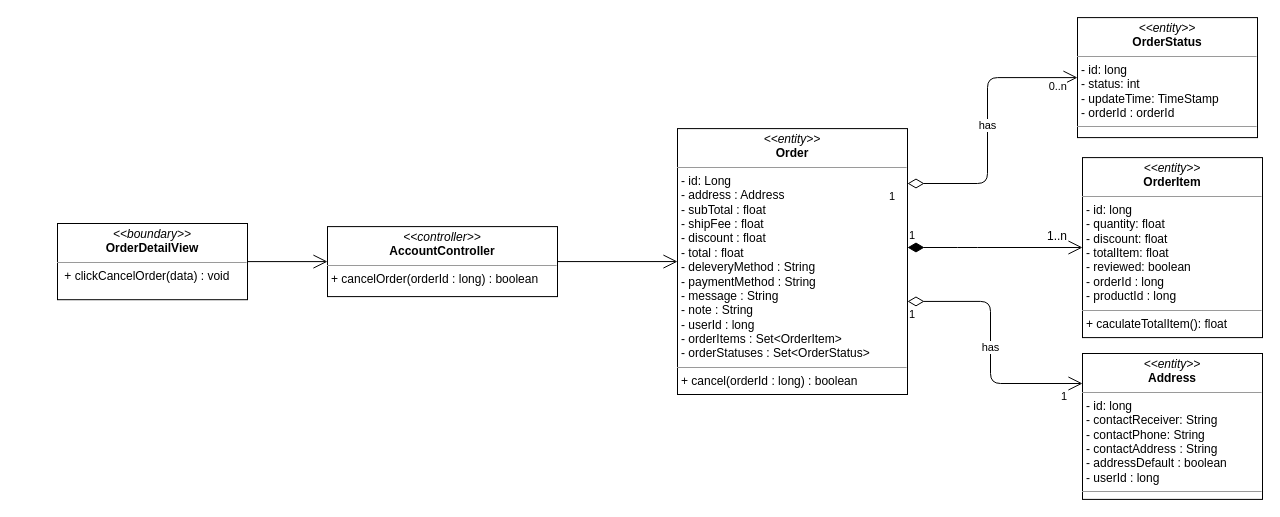
nguyenphamvan/datn_20202 keeps this draw.io diagram as class diagram/cancel-order-class-diagram.drawio. Above is the earlier version. Source tidied: cells renumbered, new cells numbered last; positions are measured from the earlier drawing's top-left corner, leaving out a move shared by most shapes. Both pictures are drawn from the tidied source at 100%, with x=0, y=0 at pixel (57, 17).
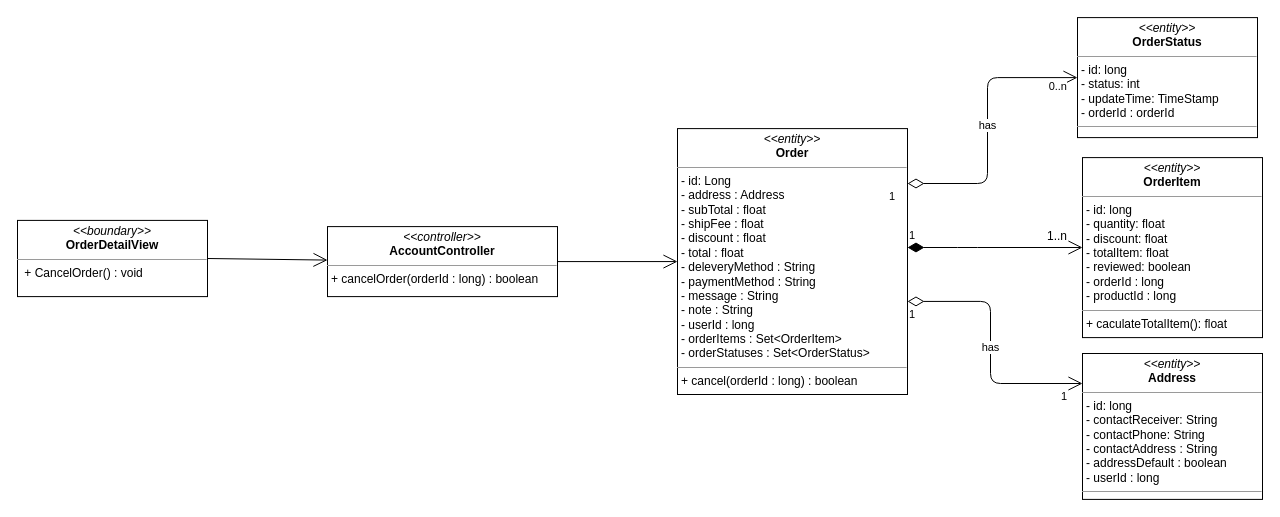
The same page after the edit.

The edit, as a diff of the source:
```diff
@@
-    <mxCell id="2" value="&lt;p style=&quot;margin: 0px ; margin-top: 4px ; text-align: center&quot;&gt;&lt;i&gt;&amp;lt;&amp;lt;boundary&amp;gt;&amp;gt;&lt;/i&gt;&lt;br&gt;&lt;b&gt;OrderDetailView&lt;/b&gt;&lt;/p&gt;&lt;hr size=&quot;1&quot;&gt;&lt;p style=&quot;margin: 0px ; margin-left: 4px&quot;&gt;&lt;span&gt;&amp;nbsp;&lt;/span&gt;&lt;span&gt;+ clickCancelOrder(data) : void&lt;/span&gt;&lt;/p&gt;" style="verticalAlign=top;align=left;overflow=fill;fontSize=12;fontFamily=Helvetica;html=1;" parent="1" vertex="1">
-      <mxGeometry y="206" width="190" height="76.2" as="geometry" />
+    <mxCell id="2" value="&lt;p style=&quot;margin: 0px ; margin-top: 4px ; text-align: center&quot;&gt;&lt;i&gt;&amp;lt;&amp;lt;boundary&amp;gt;&amp;gt;&lt;/i&gt;&lt;br&gt;&lt;b&gt;OrderDetailView&lt;/b&gt;&lt;/p&gt;&lt;hr size=&quot;1&quot;&gt;&lt;p style=&quot;margin: 0px ; margin-left: 4px&quot;&gt;&lt;span&gt;&amp;nbsp;&lt;/span&gt;&lt;span&gt;+ CancelOrder() : void&lt;/span&gt;&lt;/p&gt;" style="verticalAlign=top;align=left;overflow=fill;fontSize=12;fontFamily=Helvetica;html=1;" parent="1" vertex="1">
+      <mxGeometry x="-40" y="202.9" width="190" height="76.2" as="geometry" />
     </mxCell>
```
